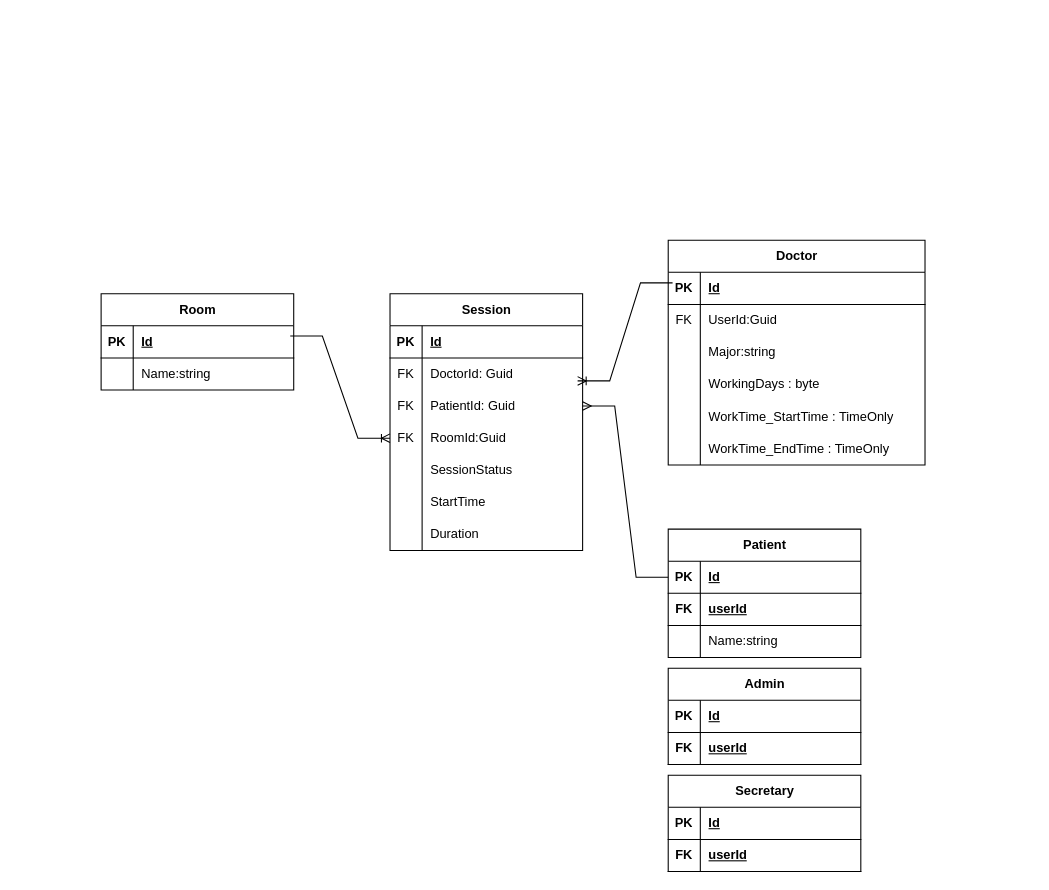
Before: diagrams/Database.drawio in Azero77/PrivateClinicalSystem, a draw.io diagram. Source tidied: cells renumbered, new cells numbered last; positions are measured from the earlier drawing's top-left corner, leaving out a move shared by most shapes. Both pictures are drawn from the tidied source at 107%, with x=0, y=0 at pixel (101, 94).
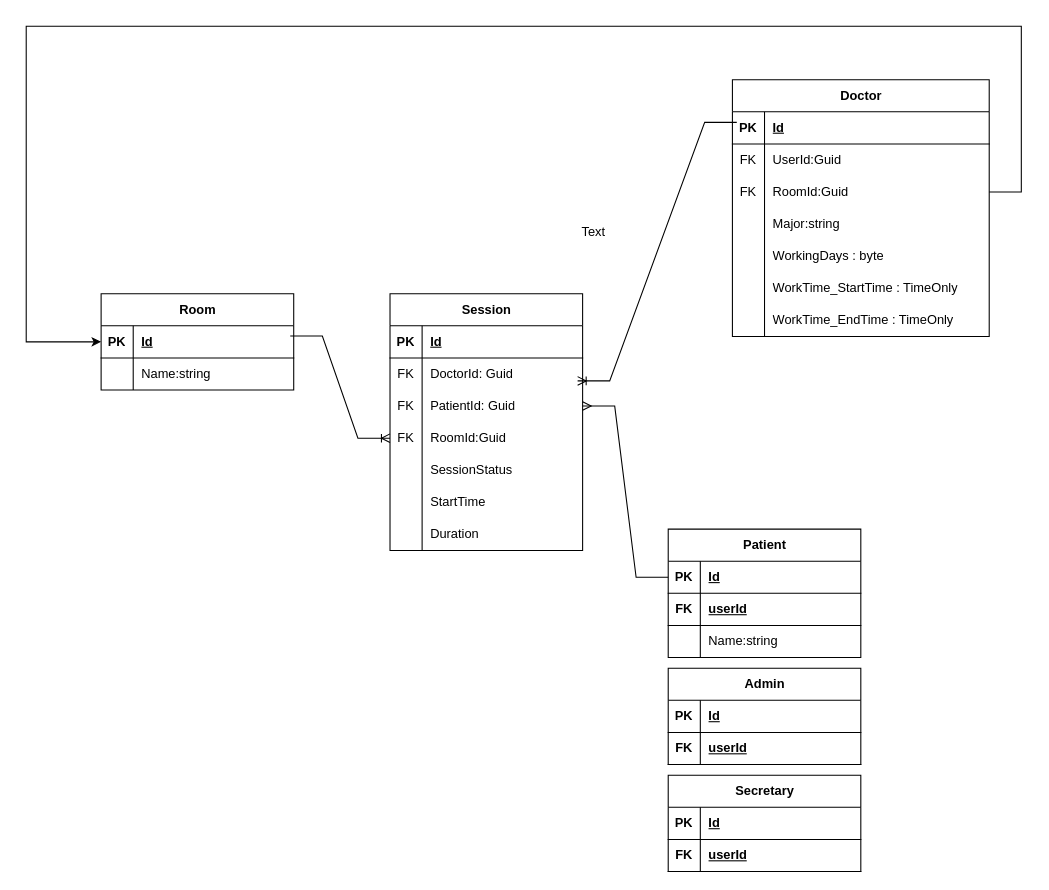
Above is the later version.

Unchanged cells that the change refers to:
```xml
<mxCell id="44" style="shape=tableRow;horizontal=0;startSize=0;swimlaneHead=0;swimlaneBody=0;fillColor=none;points=[[0,0.5],[1,0.5]];portConstraint=eastwest;top=0;left=0;right=0;bottom=1;" parent="43" vertex="1">
  <mxGeometry y="30" width="180" height="30" as="geometry" />
</mxCell>
```

What changed in the source:
```diff
@@
     <mxCell id="24" value="Doctor" style="shape=table;startSize=30;childLayout=tableLayout;rowLines=0;fontStyle=1;align=center;html=1;" parent="1" vertex="1">
-      <mxGeometry x="530" y="136" width="240" height="210" as="geometry" />
+      <mxGeometry x="590" y="-14" width="240" height="240" as="geometry" />
     </mxCell>
@@
+    <mxCell id="77" style="shape=tableRow;horizontal=0;startSize=0;swimlaneHead=0;swimlaneBody=0;fillColor=none;points=[[0,0.5],[1,0.5]];portConstraint=eastwest;top=0;left=0;right=0;bottom=0;" parent="24" vertex="1">
+      <mxGeometry y="90" width="240" height="30" as="geometry" />
+    </mxCell>
+    <mxCell id="78" value="FK" style="shape=partialRectangle;fillColor=none;top=0;left=0;bottom=0;right=0;overflow=hidden;whiteSpace=wrap;html=1;" parent="77" vertex="1">
+      <mxGeometry width="30" height="30" as="geometry" />
+    </mxCell>
+    <mxCell id="79" value="RoomId:Guid" style="shape=partialRectangle;fillColor=none;top=0;left=0;bottom=0;right=0;align=left;spacingLeft=6;overflow=hidden;whiteSpace=wrap;html=1;" parent="77" vertex="1">
+      <mxGeometry x="30" width="210" height="30" as="geometry" />
+    </mxCell>
     <mxCell id="31" style="shape=tableRow;horizontal=0;startSize=0;swimlaneHead=0;swimlaneBody=0;fillColor=none;top=0;left=0;right=0;bottom=0;" parent="24" vertex="1">
-      <mxGeometry y="90" width="240" height="30" as="geometry" />
+      <mxGeometry y="120" width="240" height="30" as="geometry" />
     </mxCell>
@@
     <mxCell id="34" style="shape=tableRow;horizontal=0;startSize=0;swimlaneHead=0;swimlaneBody=0;fillColor=none;top=0;left=0;right=0;bottom=0;" parent="24" vertex="1">
-      <mxGeometry y="120" width="240" height="30" as="geometry" />
+      <mxGeometry y="150" width="240" height="30" as="geometry" />
     </mxCell>
@@
     <mxCell id="37" style="shape=tableRow;horizontal=0;startSize=0;swimlaneHead=0;swimlaneBody=0;fillColor=none;top=0;left=0;right=0;bottom=0;" parent="24" vertex="1">
-      <mxGeometry y="150" width="240" height="30" as="geometry" />
+      <mxGeometry y="180" width="240" height="30" as="geometry" />
     </mxCell>
@@
     <mxCell id="40" style="shape=tableRow;horizontal=0;startSize=0;swimlaneHead=0;swimlaneBody=0;fillColor=none;top=0;left=0;right=0;bottom=0;" parent="24" vertex="1">
-      <mxGeometry y="180" width="240" height="30" as="geometry" />
+      <mxGeometry y="210" width="240" height="30" as="geometry" />
     </mxCell>
@@
+    <mxCell id="80" value="Text" style="text;html=1;align=center;verticalAlign=middle;strokeColor=none;fillColor=none;" parent="1" vertex="1">
+      <mxGeometry x="440" y="114" width="40" height="30" as="geometry" />
+    </mxCell>
+    <mxCell id="81" style="edgeStyle=orthogonalEdgeStyle;rounded=0;jettySize=auto;html=1;" parent="1" edge="1" source="77" target="44">
+      <mxGeometry relative="1" as="geometry">
+        <Array as="points">
+          <mxPoint x="860" y="91" />
+          <mxPoint x="860" y="-64" />
+          <mxPoint x="-70" y="-64" />
+          <mxPoint x="-70" y="231" />
+        </Array>
+      </mxGeometry>
+    </mxCell>
```
